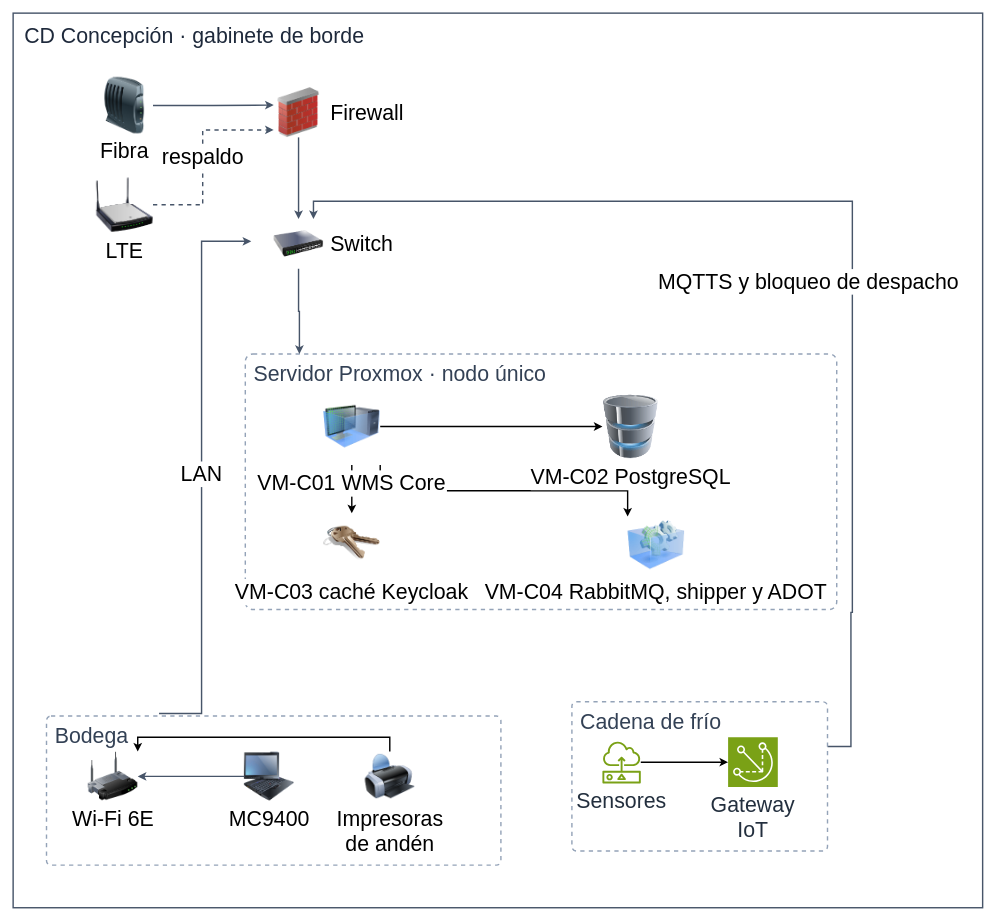
Earlier version of the draw.io diagram 04/figuras/fuentes/fisica/Arquitectura_Fisica_CD_Concepcion.drawio (PatricioH315/LafroX). Source tidied: cells renumbered, new cells numbered last; positions are measured from the earlier drawing's top-left corner, leaving out a move shared by most shapes. Both pictures are drawn from the tidied source at 71%, with x=0, y=0 at pixel (13, 13).
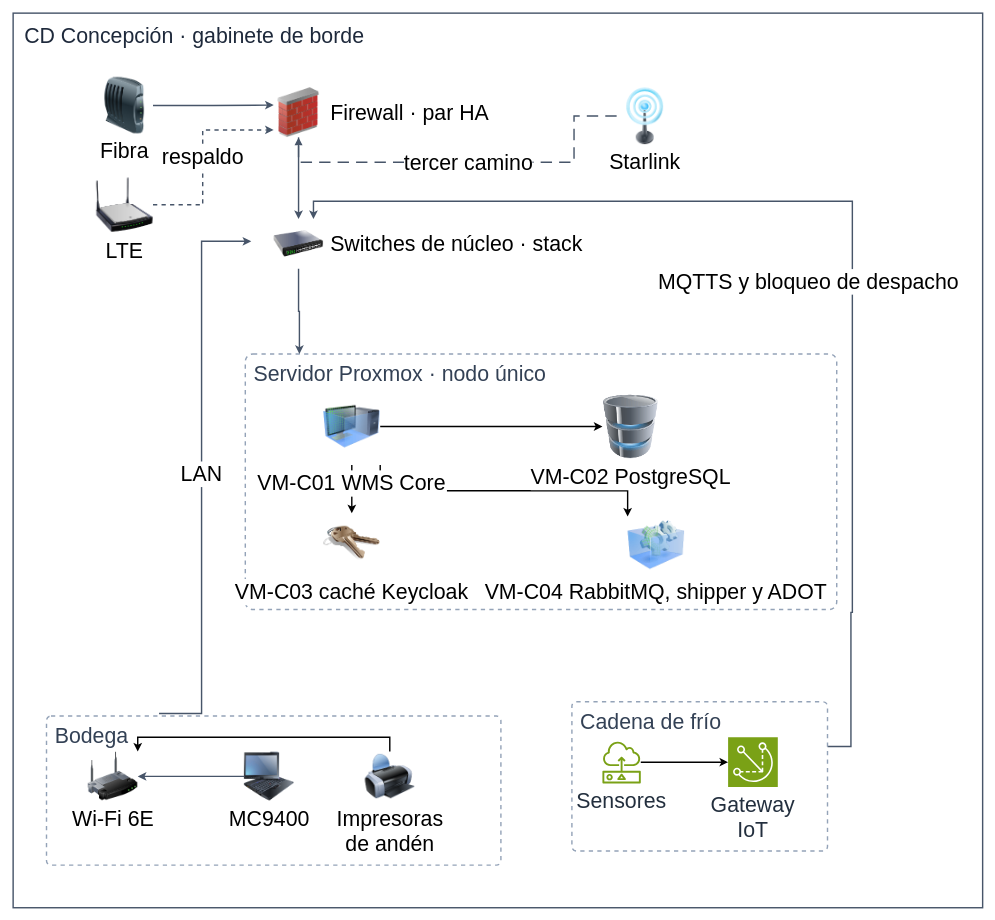
The same diagram, later.

What changed in the source:
```diff
@@
-    <mxCell id="5" value="Firewall" style="image;html=1;image=img/lib/clip_art/networking/Firewall_02_128x128.png;fontSize=30;labelPosition=right;verticalLabelPosition=middle;align=left;verticalAlign=middle;spacingLeft=8;labelWidth=150;whiteSpace=wrap;fontStyle=0;strokeWidth=2;" parent="1" vertex="1">
+    <mxCell id="5" value="Firewall · par HA" style="image;html=1;image=img/lib/clip_art/networking/Firewall_02_128x128.png;fontSize=30;labelPosition=right;verticalLabelPosition=middle;align=left;verticalAlign=middle;spacingLeft=8;labelWidth=280;whiteSpace=wrap;fontStyle=0;strokeWidth=2;" parent="1" vertex="1">
       <mxGeometry x="367" y="105" width="70" height="70" as="geometry" />
     </mxCell>
-    <mxCell id="6" value="Switch" style="image;html=1;image=img/lib/clip_art/networking/Switch_128x128.png;fontSize=30;labelPosition=right;verticalLabelPosition=middle;align=left;verticalAlign=middle;spacingLeft=8;labelWidth=150;whiteSpace=wrap;fontStyle=0;strokeWidth=2;" parent="1" vertex="1">
+    <mxCell id="6" value="Switches de núcleo · stack" style="image;html=1;image=img/lib/clip_art/networking/Switch_128x128.png;fontSize=30;labelPosition=right;verticalLabelPosition=middle;align=left;verticalAlign=middle;spacingLeft=8;labelWidth=400;whiteSpace=wrap;fontStyle=0;strokeWidth=2;" parent="1" vertex="1">
       <mxGeometry x="367" y="290" width="70" height="70" as="geometry" />
     </mxCell>
@@
+    <mxCell id="33" value="Starlink" style="image;html=1;image=img/lib/clip_art/telecommunication/Signal_tower_on_128x128.png;fontSize=30;verticalLabelPosition=bottom;verticalAlign=top;labelWidth=140;whiteSpace=wrap;fontStyle=0;strokeWidth=2;" parent="1" vertex="1">
+      <mxGeometry x="850" y="105" width="80" height="80" as="geometry" />
+    </mxCell>
+    <mxCell id="34" value="tercer camino" style="edgeStyle=orthogonalEdgeStyle;rounded=0;jettySize=auto;html=1;strokeColor=#475569;strokeWidth=2;fontSize=30;labelBackgroundColor=#ffffff;dashed=1;dashPattern=8 5;endArrow=block;endFill=1;exitX=0;exitY=0.5;exitDx=0;exitDy=0;entryX=0.5;entryY=1;entryDx=0;entryDy=0;fontStyle=0;" parent="1" edge="1" source="33" target="5">
+      <mxGeometry relative="1" as="geometry">
+        <Array as="points">
+          <mxPoint x="790" y="145" />
+          <mxPoint x="790" y="210" />
+          <mxPoint x="402" y="210" />
+        </Array>
+      </mxGeometry>
+    </mxCell>
```
